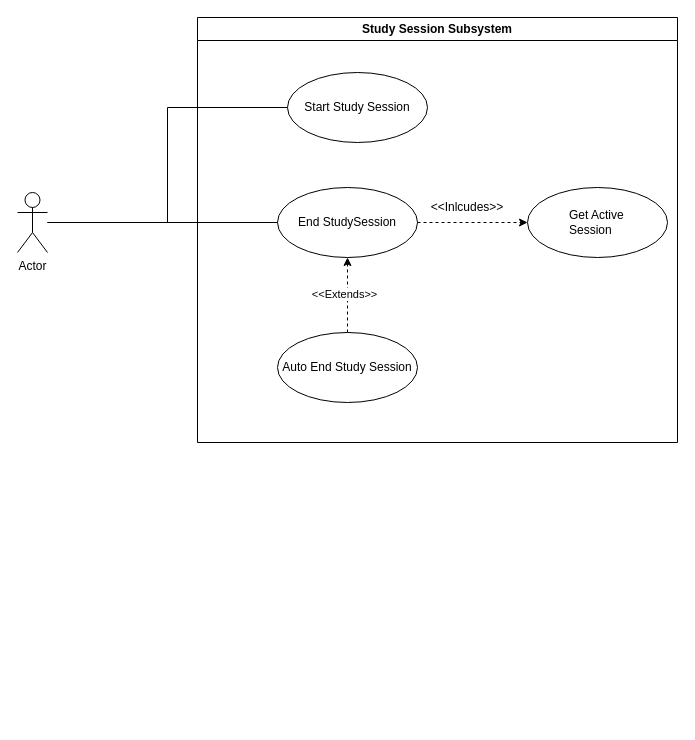
The draw.io diagram docs/Usecase diagrams/Usecases.drawio in intNation/Cue, before the edit. Source tidied: cells renumbered, new cells numbered last; positions are measured from the earlier drawing's top-left corner, leaving out a move shared by most shapes. Both pictures are drawn from the tidied source at 100%, with x=0, y=0 at pixel (17, 17).
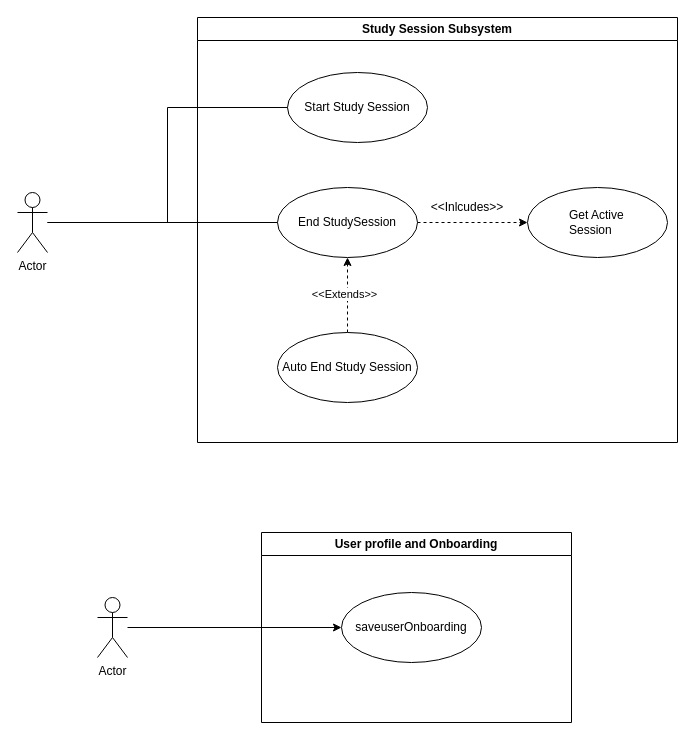
The same diagram, later.

Diff of the diagram source:
```diff
@@
 <mxGraphModel>
   <root>
     <mxCell id="0" />
     <mxCell id="1" parent="0" />
     <mxCell id="2" value="Study Session Subsystem" style="swimlane;whiteSpace=wrap;html=1;" parent="1" vertex="1">
       <mxGeometry x="180" width="480" height="425" as="geometry" />
     </mxCell>
     <mxCell id="3" value="Start Study Session" style="ellipse;whiteSpace=wrap;html=1;" parent="2" vertex="1">
       <mxGeometry x="90" y="55" width="140" height="70" as="geometry" />
     </mxCell>
     <mxCell id="4" value="End StudySession" style="ellipse;whiteSpace=wrap;html=1;" parent="2" vertex="1">
       <mxGeometry x="80" y="170" width="140" height="70" as="geometry" />
     </mxCell>
     <mxCell id="5" style="edgeStyle=orthogonalEdgeStyle;rounded=0;jettySize=auto;html=1;dashed=1;exitX=1;exitY=0.5;exitDx=0;exitDy=0;entryX=0;entryY=0.5;entryDx=0;entryDy=0;" parent="2" edge="1" source="4" target="6">
       <mxGeometry relative="1" as="geometry">
         <Array as="points">
           <mxPoint x="310" y="205" />
           <mxPoint x="310" y="205" />
         </Array>
       </mxGeometry>
     </mxCell>
     <mxCell id="6" value="&lt;blockquote style=&quot;margin: 0 0 0 40px; border: none; padding: 0px;&quot;&gt;Get Active Session&lt;/blockquote&gt;" style="ellipse;whiteSpace=wrap;html=1;align=left;" parent="2" vertex="1">
       <mxGeometry x="330" y="170" width="140" height="70" as="geometry" />
     </mxCell>
     <mxCell id="7" style="edgeStyle=orthogonalEdgeStyle;rounded=0;jettySize=auto;html=1;entryX=0.5;entryY=1;entryDx=0;entryDy=0;dashed=1;" parent="2" edge="1" source="9" target="4">
       <mxGeometry relative="1" as="geometry" />
     </mxCell>
     <mxCell id="8" value="&amp;lt;&amp;lt;Extends&amp;gt;&amp;gt;" style="edgeLabel;html=1;align=center;verticalAlign=middle;" parent="7" vertex="1">
       <mxGeometry x="0.05" y="4" relative="1" as="geometry" />
     </mxCell>
     <mxCell id="9" value="Auto End Study Session" style="ellipse;whiteSpace=wrap;html=1;" parent="2" vertex="1">
       <mxGeometry x="80" y="315" width="140" height="70" as="geometry" />
     </mxCell>
     <mxCell id="10" value="&amp;lt;&amp;lt;Inlcudes&amp;gt;&amp;gt;" style="text;html=1;whiteSpace=wrap;strokeColor=none;fillColor=none;align=center;verticalAlign=middle;rounded=0;" parent="2" vertex="1">
       <mxGeometry x="240" y="175" width="60" height="30" as="geometry" />
     </mxCell>
     <mxCell id="11" style="edgeStyle=orthogonalEdgeStyle;rounded=0;jettySize=auto;html=1;entryX=0;entryY=0.5;entryDx=0;entryDy=0;endArrow=none;endFill=0;" parent="1" edge="1" source="13" target="3">
       <mxGeometry relative="1" as="geometry" />
     </mxCell>
     <mxCell id="12" style="edgeStyle=orthogonalEdgeStyle;rounded=0;jettySize=auto;html=1;entryX=0;entryY=0.5;entryDx=0;entryDy=0;endArrow=none;endFill=0;" parent="1" edge="1" source="13" target="4">
       <mxGeometry relative="1" as="geometry" />
     </mxCell>
     <mxCell id="13" value="Actor" style="shape=umlActor;verticalLabelPosition=bottom;verticalAlign=top;html=1;outlineConnect=0;" parent="1" vertex="1">
       <mxGeometry y="175" width="30" height="60" as="geometry" />
     </mxCell>
+    <mxCell id="14" value="User profile and Onboarding" style="swimlane;whiteSpace=wrap;html=1;" parent="1" vertex="1">
+      <mxGeometry x="244" y="515" width="310" height="190" as="geometry" />
+    </mxCell>
+    <mxCell id="15" value="saveuserOnboarding" style="ellipse;whiteSpace=wrap;html=1;" parent="14" vertex="1">
+      <mxGeometry x="80" y="60" width="140" height="70" as="geometry" />
+    </mxCell>
+    <mxCell id="16" style="edgeStyle=orthogonalEdgeStyle;rounded=0;jettySize=auto;html=1;" parent="1" edge="1" source="17" target="15">
+      <mxGeometry relative="1" as="geometry" />
+    </mxCell>
+    <mxCell id="17" value="Actor" style="shape=umlActor;verticalLabelPosition=bottom;verticalAlign=top;html=1;outlineConnect=0;" parent="1" vertex="1">
+      <mxGeometry x="80" y="580" width="30" height="60" as="geometry" />
+    </mxCell>
   </root>
 </mxGraphModel>
```
